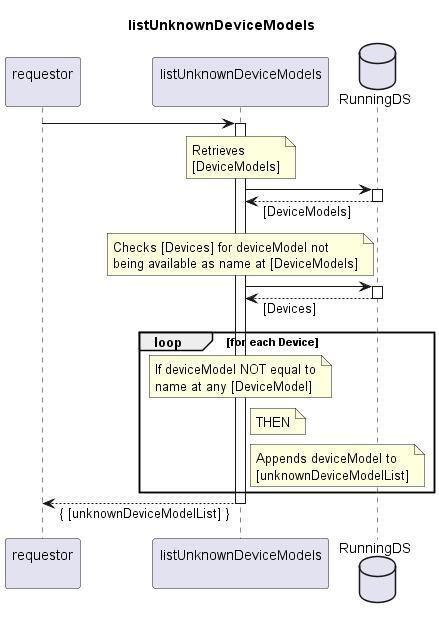
Above: spec/Services/listUnknownDeviceModels/1.0.0/listUnknownDeviceModels.png in openBackhaul/FirmWareManager (PlantUML), before the change.
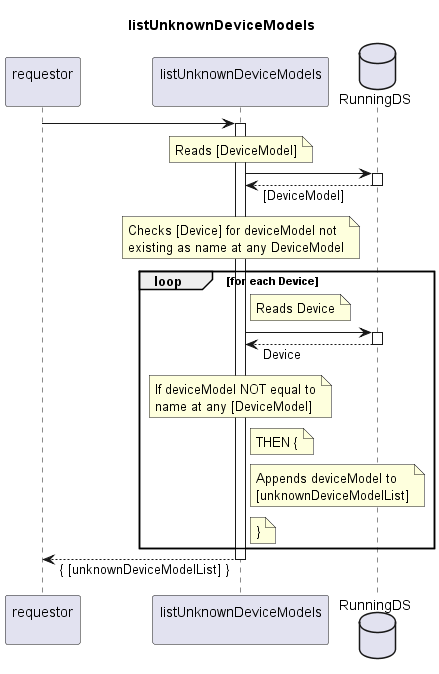
After the change.

The edit, as a diff of the source:
```diff
@@ -13,33 +13,38 @@
 activate indServ
 
   note over indServ
-    Retrieves
-    [DeviceModels]
+    Reads [DeviceModel]
   end note
   indServ -> RunDS
   activate RunDS
-  indServ <-- RunDS: [DeviceModels]
+  indServ <-- RunDS: [DeviceModel]
   deactivate RunDS
 
   note over indServ
-    Checks [Devices] for deviceModel not
-    being available as name at [DeviceModels]
+    Checks [Device] for deviceModel not
+    existing as name at any DeviceModel
   end note
-  indServ -> RunDS
-  activate RunDS
-  indServ <-- RunDS: [Devices]
-  deactivate RunDS
   loop for each Device
+    note right indServ
+      Reads Device
+    end note
+    indServ -> RunDS
+    activate RunDS
+    indServ <-- RunDS: Device
+    deactivate RunDS
     note over indServ
       If deviceModel NOT equal to
       name at any [DeviceModel]
     end note
     note right indServ
-      THEN
+      THEN {
     end note
     note right indServ
       Appends deviceModel to
       [unknownDeviceModelList]
+    end note
+    note right indServ
+      }
     end note
   end loop
 
```
